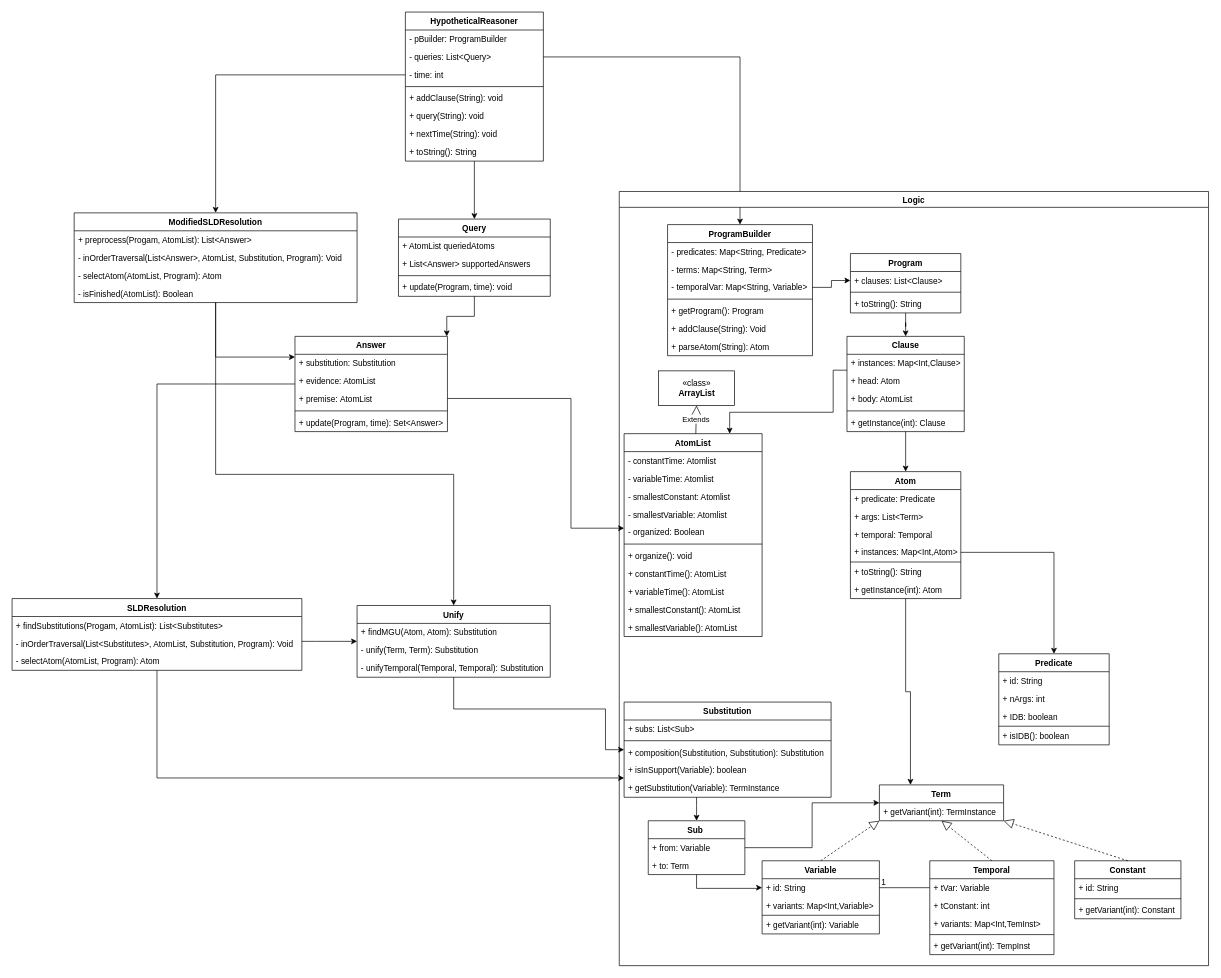
Above: Hyp Framework.drawio in JonasVistrup/hypothetical-answers (draw.io), before the change. Source tidied: cells renumbered, new cells numbered last; positions are measured from the earlier drawing's top-left corner, leaving out a move shared by most shapes. Both pictures are drawn from the tidied source at 69%, with x=0, y=0 at pixel (12, 12).
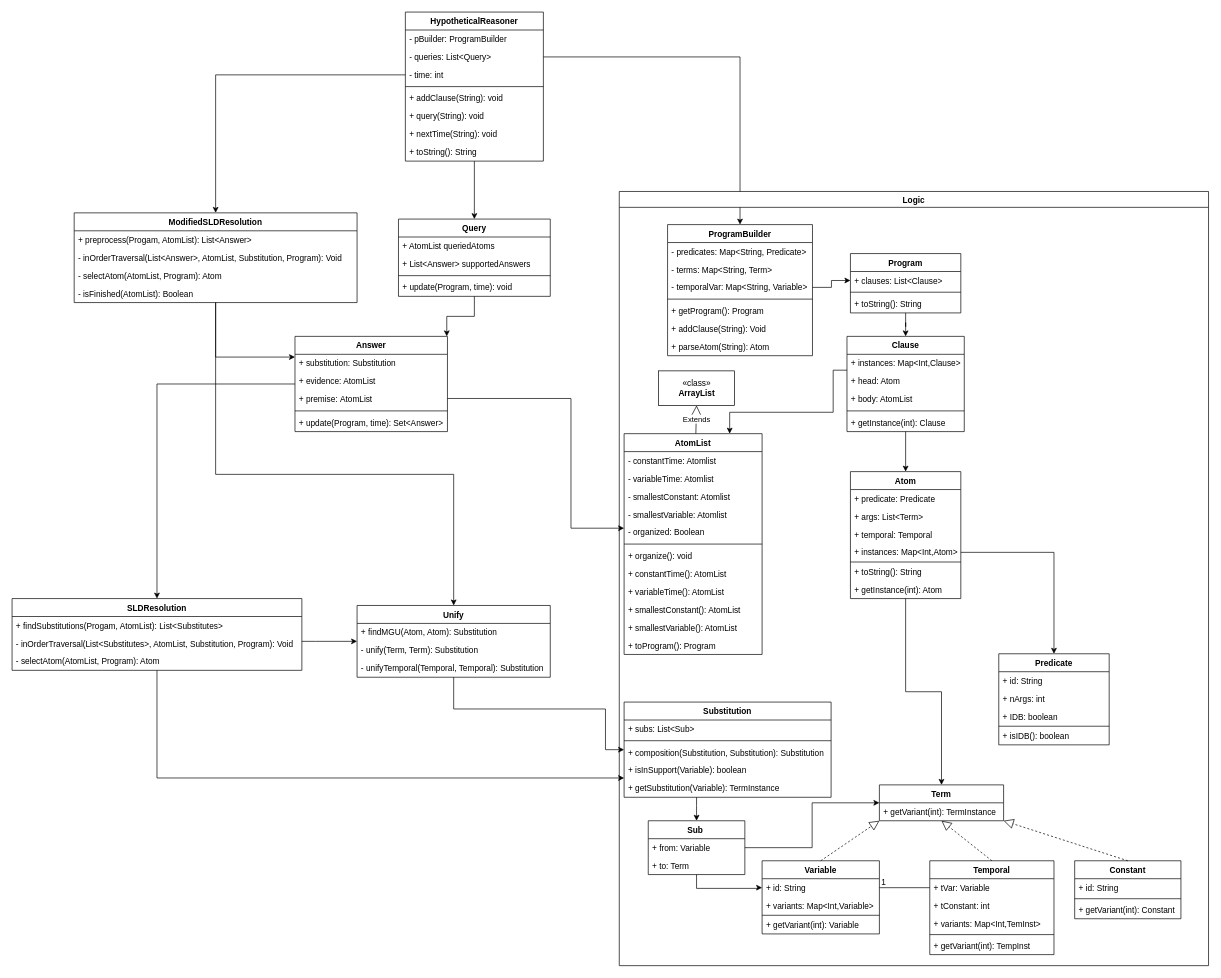
The same page after the edit.

Unchanged cells that the change refers to:
```xml
<mxCell id="39" value="Logic" style="swimlane;" parent="1" vertex="1">
  <mxGeometry x="880" y="260" width="854" height="1122" as="geometry" />
</mxCell>
<mxCell id="62" value="Atom" style="swimlane;fontStyle=1;align=center;verticalAlign=top;horizontal=1;startSize=26;" parent="39" vertex="1">
  <mxGeometry x="335" y="406" width="160" height="184" as="geometry" />
</mxCell>
<mxCell id="76" value="Term" style="swimlane;fontStyle=1;align=center;verticalAlign=top;horizontal=1;startSize=26;" parent="39" vertex="1">
  <mxGeometry x="377" y="860" width="180" height="52" as="geometry" />
</mxCell>
```

Diff of the diagram source:
```diff
@@
-    <mxCell id="61" style="edgeStyle=orthogonalEdgeStyle;rounded=0;jettySize=auto;html=1;entryX=0.25;entryY=0;entryDx=0;entryDy=0;" parent="39" edge="1" source="62" target="76">
+    <mxCell id="61" style="edgeStyle=orthogonalEdgeStyle;rounded=0;jettySize=auto;html=1;" parent="39" edge="1" source="62" target="76">
       <mxGeometry relative="1" as="geometry" />
     </mxCell>
@@
     <mxCell id="105" value="AtomList" style="swimlane;fontStyle=1;align=center;verticalAlign=top;horizontal=1;startSize=26;" parent="39" vertex="1">
-      <mxGeometry x="7" y="351" width="200" height="294" as="geometry" />
+      <mxGeometry x="7" y="351" width="200" height="320" as="geometry" />
     </mxCell>
@@
+    <mxCell id="133" value="+ toProgram(): Program" style="text;strokeColor=none;fillColor=none;align=left;verticalAlign=top;spacingLeft=4;spacingRight=4;overflow=hidden;" parent="105" vertex="1">
+      <mxGeometry y="294" width="200" height="26" as="geometry" />
+    </mxCell>
```
